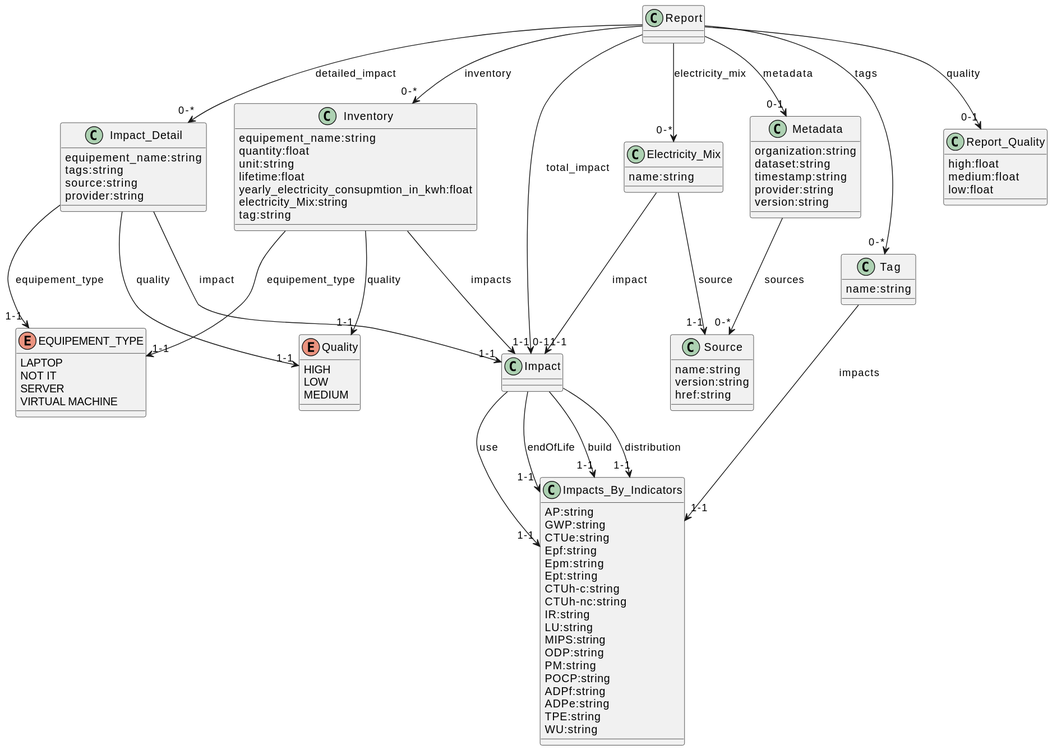
Earlier version of the PlantUML export RestFullApiSpec/data_model.svg (Boavizta/PCR-SI_dataformat).
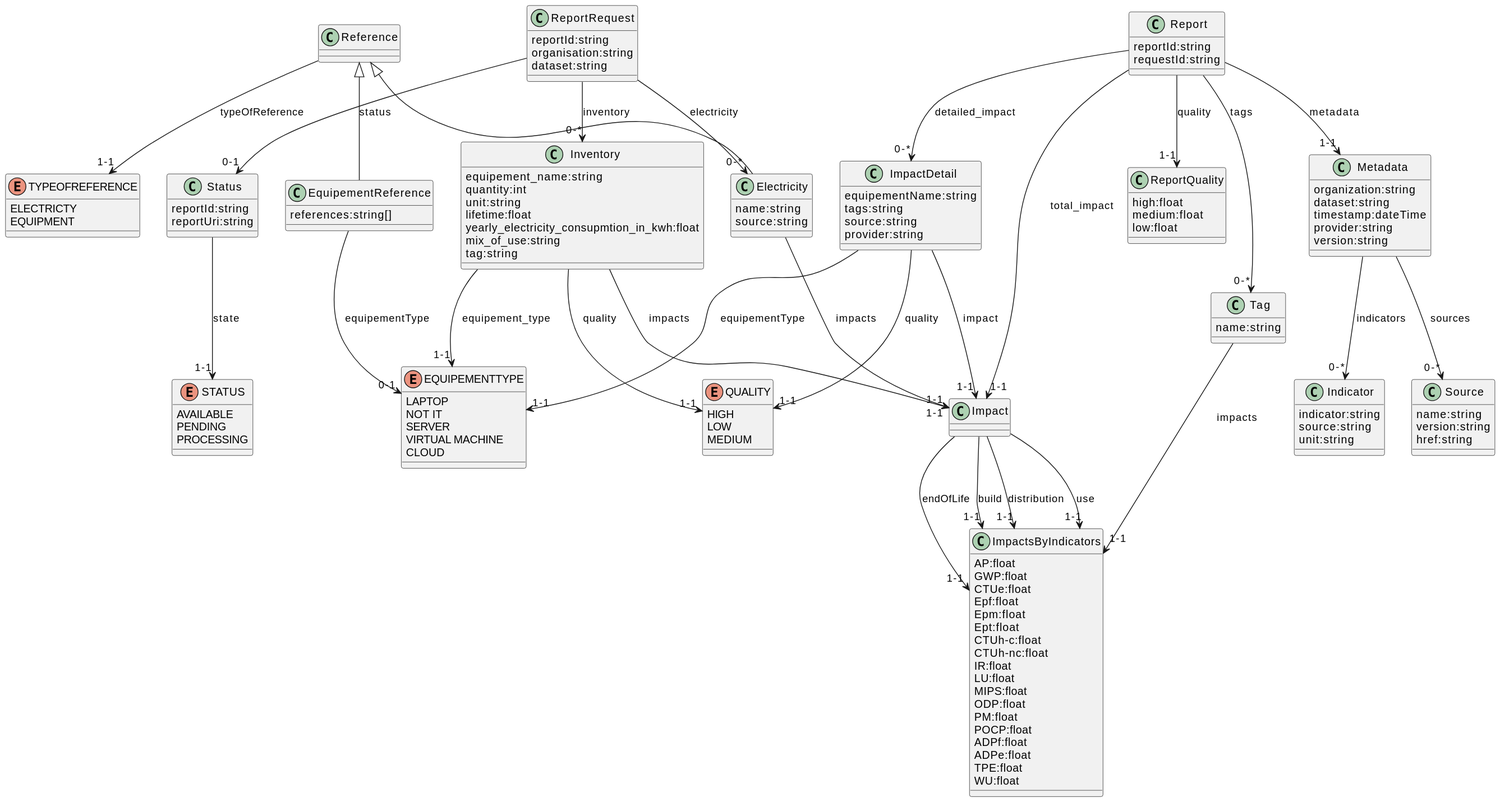
After the commit.

What changed in the source:
```diff
@@ -1,94 +1,127 @@
 @startuml
-enum EQUIPEMENT_TYPE {
+enum EQUIPEMENTTYPE {
    LAPTOP
    NOT IT
    SERVER
    VIRTUAL MACHINE
+   CLOUD
 }
 
-class Electricity_Mix {
+class Electricity {
    name:string
+   source:string
 }
-   Electricity_Mix --> "1-1" Impact : impact
-   Electricity_Mix --> "1-1" Source : source
+   Electricity --> "1-1" Impact : impacts
+   Reference <|-- Electricity
+
+class EquipementReference {
+   references:string[]
+}
+   EquipementReference --> "0-1" EQUIPEMENTTYPE : equipementType
+   Reference <|-- EquipementReference
 
 class Impact
-   Impact --> "1-1" Impacts_By_Indicators : build
-   Impact --> "1-1" Impacts_By_Indicators : distribution
-   Impact --> "1-1" Impacts_By_Indicators : use
-   Impact --> "1-1" Impacts_By_Indicators : endOfLife
+   Impact --> "1-1" ImpactsByIndicators : build
+   Impact --> "1-1" ImpactsByIndicators : distribution
+   Impact --> "1-1" ImpactsByIndicators : use
+   Impact --> "1-1" ImpactsByIndicators : endOfLife
 
-class Impact_Detail {
-   equipement_name:string
+class ImpactDetail {
+   equipementName:string
    tags:string
    source:string
    provider:string
 }
-   Impact_Detail --> "1-1" EQUIPEMENT_TYPE : equipement_type
-   Impact_Detail --> "1-1" Quality : quality
-   Impact_Detail --> "1-1" Impact : impact
+   ImpactDetail --> "1-1" EQUIPEMENTTYPE : equipementType
+   ImpactDetail --> "1-1" QUALITY : quality
+   ImpactDetail --> "1-1" Impact : impact
 
-class Impacts_By_Indicators {
-   AP:string
-   GWP:string
-   CTUe:string
-   Epf:string
-   Epm:string
-   Ept:string
-   CTUh-c:string
-   CTUh-nc:string
-   IR:string
-   LU:string
-   MIPS:string
-   ODP:string
-   PM:string
-   POCP:string
-   ADPf:string
-   ADPe:string
-   TPE:string
-   WU:string
+class ImpactsByIndicators {
+   AP:float
+   GWP:float
+   CTUe:float
+   Epf:float
+   Epm:float
+   Ept:float
+   CTUh-c:float
+   CTUh-nc:float
+   IR:float
+   LU:float
+   MIPS:float
+   ODP:float
+   PM:float
+   POCP:float
+   ADPf:float
+   ADPe:float
+   TPE:float
+   WU:float
+}
+
+class Indicator {
+   indicator:string
+   source:string
+   unit:string
 }
 
 class Inventory {
    equipement_name:string
-   quantity:float
+   quantity:int
    unit:string
    lifetime:float
    yearly_electricity_consupmtion_in_kwh:float
-   electricity_Mix:string
+   mix_of_use:string
    tag:string
 }
-   Inventory --> "1-1" EQUIPEMENT_TYPE : equipement_type
-   Inventory --> "1-1" Quality : quality
+   Inventory --> "1-1" EQUIPEMENTTYPE : equipement_type
+   Inventory --> "1-1" QUALITY : quality
    Inventory --> "1-1" Impact : impacts
 
 class Metadata {
    organization:string
    dataset:string
-   timestamp:string
+   timestamp:dateTime
    provider:string
    version:string
 }
    Metadata --> "0-*" Source : sources
-enum Quality {
+   Metadata --> "0-*" Indicator : indicators
+enum QUALITY {
    HIGH
    LOW
    MEDIUM
 }
 
-class Report
-   Report --> "0-1" Metadata : metadata
-   Report --> "0-1" Impact : total_impact
+class Reference
+   Reference --> "1-1" TYPEOFREFERENCE : typeOfReference
+
+class Report {
+   reportId:string
+   requestId:string
+}
+   Report --> "1-1" Metadata : metadata
+   Report --> "1-1" Impact : total_impact
    Report --> "0-*" Tag : tags
-   Report --> "0-*" Inventory : inventory
-   Report --> "0-1" Report_Quality : quality
-   Report --> "0-*" Impact_Detail : detailed_impact
-   Report --> "0-*" Electricity_Mix : electricity_mix
+   Report --> "1-1" ReportQuality : quality
+   Report --> "0-*" ImpactDetail : detailed_impact
 
-class Report_Quality {
+class ReportQuality {
    high:float
    medium:float
    low:float
+}
+
+class ReportRequest {
+   reportId:string
+   organisation:string
+   dataset:string
+}
+   ReportRequest --> "0-*" Electricity : electricity
+   ReportRequest --> "0-*" Inventory : inventory
+   ReportRequest --> "0-1" Status : status
+enum STATUS {
+   AVAILABLE
+   PENDING
+   PROCESSING
 }
 
 class Source {
@@ -97,8 +130,18 @@
    href:string
 }
 
+class Status {
+   reportId:string
+   reportUri:string
+}
+   Status --> "1-1" STATUS : state
+enum TYPEOFREFERENCE {
+   ELECTRICTY
+   EQUIPMENT
+}
+
 class Tag {
    name:string
 }
-   Tag --> "1-1" Impacts_By_Indicators : impacts
+   Tag --> "1-1" ImpactsByIndicators : impacts
 @enduml
```
